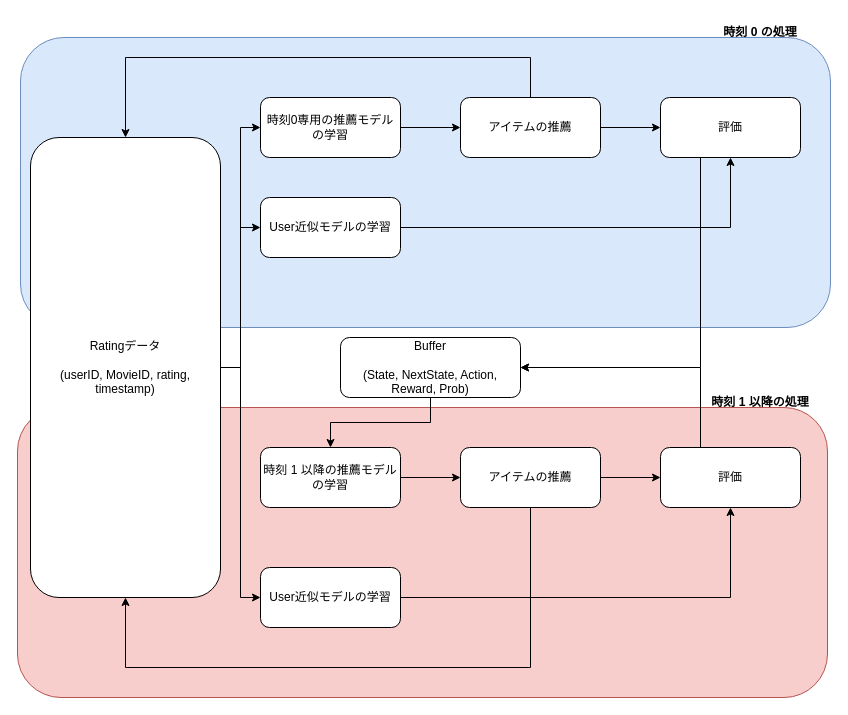
Above: docs/process.drawio in yuyaya-foifoi/RL-recommendation-simulator (draw.io), before the change. Source tidied: cells renumbered, new cells numbered last; positions are measured from the earlier drawing's top-left corner, leaving out a move shared by most shapes. Both pictures are drawn from the tidied source at 100%, with x=0, y=0 at pixel (17, 17).
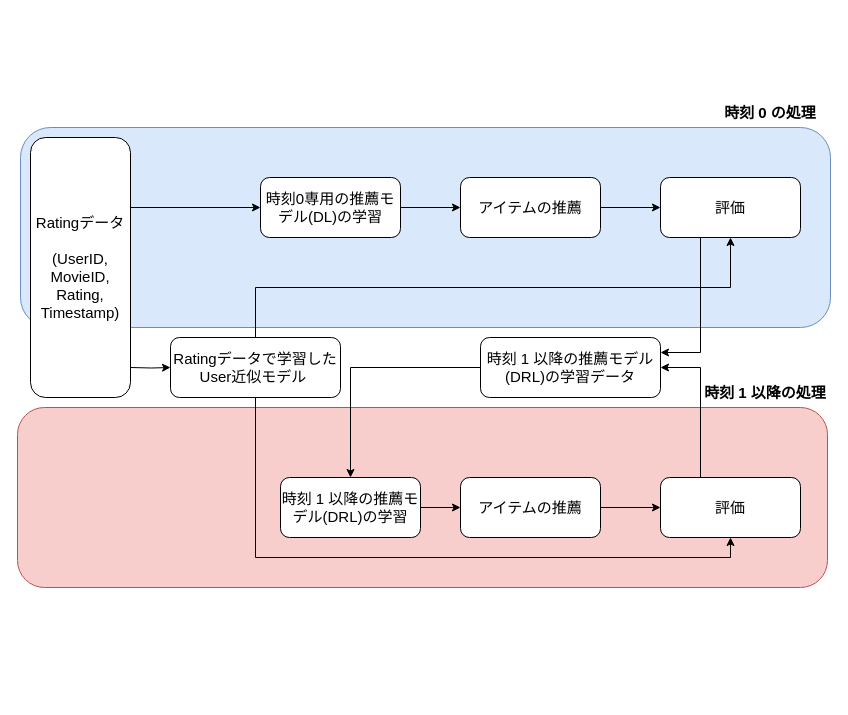
The same page after the edit.

The edit, as a diff of the source:
```diff
@@
-    <mxCell id="2" style="rounded=1;whiteSpace=wrap;html=1;fillColor=#f8cecc;strokeColor=#b85450;" parent="1" vertex="1">
-      <mxGeometry y="390" width="810" height="290" as="geometry" />
+    <mxCell id="2" style="rounded=1;whiteSpace=wrap;html=1;fillColor=#f8cecc;strokeColor=#b85450;fontSize=15;" parent="1" vertex="1">
+      <mxGeometry y="390" width="810" height="180" as="geometry" />
     </mxCell>
-    <mxCell id="3" style="rounded=1;whiteSpace=wrap;html=1;fillColor=#dae8fc;strokeColor=#6c8ebf;" parent="1" vertex="1">
-      <mxGeometry x="3" y="20" width="810" height="290" as="geometry" />
+    <mxCell id="3" style="rounded=1;whiteSpace=wrap;html=1;fillColor=#dae8fc;strokeColor=#6c8ebf;fontSize=15;" parent="1" vertex="1">
+      <mxGeometry x="3" y="110" width="810" height="200" as="geometry" />
     </mxCell>
+    <mxCell id="30" style="edgeStyle=orthogonalEdgeStyle;rounded=0;jettySize=auto;html=1;fontFamily=Helvetica;fontSize=15;" parent="1" edge="1" target="31">
+      <mxGeometry relative="1" as="geometry">
+        <mxPoint x="113" y="350" as="sourcePoint" />
+      </mxGeometry>
+    </mxCell>
-    <mxCell id="4" style="edgeStyle=orthogonalEdgeStyle;rounded=0;jettySize=auto;html=1;exitX=1;exitY=0.5;exitDx=0;exitDy=0;" parent="1" edge="1" source="7" target="9">
-      <mxGeometry relative="1" as="geometry" />
+    <mxCell id="4" style="edgeStyle=orthogonalEdgeStyle;rounded=0;jettySize=auto;html=1;exitX=1;exitY=0.25;exitDx=0;exitDy=0;entryX=0;entryY=0.5;entryDx=0;entryDy=0;fontFamily=Helvetica;fontSize=15;" parent="1" edge="1" source="7" target="9">
+      <mxGeometry relative="1" as="geometry">
+        <Array as="points">
+          <mxPoint x="113" y="190" />
+        </Array>
+      </mxGeometry>
     </mxCell>
-    <mxCell id="5" style="edgeStyle=orthogonalEdgeStyle;rounded=0;jettySize=auto;html=1;" parent="1" edge="1" source="7" target="11">
-      <mxGeometry relative="1" as="geometry" />
-    </mxCell>
-    <mxCell id="6" style="edgeStyle=orthogonalEdgeStyle;rounded=0;jettySize=auto;html=1;entryX=0;entryY=0.5;entryDx=0;entryDy=0;" parent="1" edge="1" source="7" target="22">
-      <mxGeometry relative="1" as="geometry" />
-    </mxCell>
-    <mxCell id="7" value="Ratingデータ&lt;br&gt;&lt;br&gt;(userID, MovieID, rating, timestamp)" style="rounded=1;whiteSpace=wrap;html=1;" parent="1" vertex="1">
-      <mxGeometry x="13" y="120" width="190" height="460" as="geometry" />
+    <mxCell id="7" value="&lt;font style=&quot;font-size: 15px;&quot;&gt;Ratingデータ&lt;br style=&quot;font-size: 15px;&quot;&gt;&lt;br style=&quot;font-size: 15px;&quot;&gt;(UserID, MovieID, Rating, Timestamp)&lt;/font&gt;" style="rounded=1;whiteSpace=wrap;html=1;fontSize=15;" parent="1" vertex="1">
+      <mxGeometry x="13" y="120" width="100" height="260" as="geometry" />
     </mxCell>
-    <mxCell id="8" style="edgeStyle=orthogonalEdgeStyle;rounded=0;jettySize=auto;html=1;" parent="1" edge="1" source="9" target="14">
+    <mxCell id="8" style="edgeStyle=orthogonalEdgeStyle;rounded=0;jettySize=auto;html=1;fontSize=15;" parent="1" edge="1" source="9" target="14">
       <mxGeometry relative="1" as="geometry" />
     </mxCell>
-    <mxCell id="9" value="時刻0専用の推薦モデルの学習" style="rounded=1;whiteSpace=wrap;html=1;" parent="1" vertex="1">
-      <mxGeometry x="243" y="80" width="140" height="60" as="geometry" />
+    <mxCell id="9" value="&lt;font style=&quot;font-size: 15px;&quot;&gt;時刻0専用の推薦モデル(DL)の学習&lt;/font&gt;" style="rounded=1;whiteSpace=wrap;html=1;fontSize=15;" parent="1" vertex="1">
+      <mxGeometry x="243" y="160" width="140" height="60" as="geometry" />
     </mxCell>
-    <mxCell id="10" style="edgeStyle=orthogonalEdgeStyle;rounded=0;jettySize=auto;html=1;exitX=1;exitY=0.5;exitDx=0;exitDy=0;" parent="1" edge="1" source="11" target="16">
+    <mxCell id="10" style="edgeStyle=orthogonalEdgeStyle;rounded=0;jettySize=auto;html=1;exitX=0.5;exitY=0;exitDx=0;exitDy=0;fontSize=15;" parent="1" edge="1" source="31" target="16">
       <mxGeometry relative="1" as="geometry" />
     </mxCell>
-    <mxCell id="11" value="User近似モデルの学習" style="rounded=1;whiteSpace=wrap;html=1;" parent="1" vertex="1">
-      <mxGeometry x="243" y="180" width="140" height="60" as="geometry" />
-    </mxCell>
-    <mxCell id="12" style="edgeStyle=orthogonalEdgeStyle;rounded=0;jettySize=auto;html=1;entryX=0.5;entryY=0;entryDx=0;entryDy=0;" parent="1" edge="1" source="14" target="7">
-      <mxGeometry relative="1" as="geometry">
-        <Array as="points">
-          <mxPoint x="513" y="40" />
-          <mxPoint x="108" y="40" />
-        </Array>
-      </mxGeometry>
-    </mxCell>
-    <mxCell id="13" style="edgeStyle=orthogonalEdgeStyle;rounded=0;jettySize=auto;html=1;exitX=1;exitY=0.5;exitDx=0;exitDy=0;" parent="1" edge="1" source="14" target="16">
+    <mxCell id="13" style="edgeStyle=orthogonalEdgeStyle;rounded=0;jettySize=auto;html=1;exitX=1;exitY=0.5;exitDx=0;exitDy=0;fontSize=15;" parent="1" edge="1" source="14" target="16">
       <mxGeometry relative="1" as="geometry" />
     </mxCell>
-    <mxCell id="14" value="アイテムの推薦" style="rounded=1;whiteSpace=wrap;html=1;" parent="1" vertex="1">
-      <mxGeometry x="443" y="80" width="140" height="60" as="geometry" />
+    <mxCell id="14" value="&lt;font style=&quot;font-size: 15px;&quot;&gt;アイテムの推薦&lt;/font&gt;" style="rounded=1;whiteSpace=wrap;html=1;fontSize=15;" parent="1" vertex="1">
+      <mxGeometry x="443" y="160" width="140" height="60" as="geometry" />
     </mxCell>
-    <mxCell id="15" style="edgeStyle=orthogonalEdgeStyle;rounded=0;jettySize=auto;html=1;exitX=0.25;exitY=1;exitDx=0;exitDy=0;entryX=1;entryY=0.5;entryDx=0;entryDy=0;" parent="1" edge="1" source="16" target="18">
+    <mxCell id="15" style="edgeStyle=orthogonalEdgeStyle;rounded=0;jettySize=auto;html=1;exitX=0.25;exitY=1;exitDx=0;exitDy=0;entryX=1;entryY=0.25;entryDx=0;entryDy=0;fontFamily=Helvetica;fontSize=15;" parent="1" edge="1" source="16" target="18">
       <mxGeometry relative="1" as="geometry">
         <Array as="points">
-          <mxPoint x="683" y="140" />
-          <mxPoint x="683" y="350" />
+          <mxPoint x="683" y="220" />
+          <mxPoint x="683" y="335" />
         </Array>
       </mxGeometry>
     </mxCell>
-    <mxCell id="16" value="評価" style="rounded=1;whiteSpace=wrap;html=1;" parent="1" vertex="1">
-      <mxGeometry x="643" y="80" width="140" height="60" as="geometry" />
+    <mxCell id="16" value="評価" style="rounded=1;whiteSpace=wrap;html=1;fontSize=15;" parent="1" vertex="1">
+      <mxGeometry x="643" y="160" width="140" height="60" as="geometry" />
     </mxCell>
-    <mxCell id="17" style="edgeStyle=orthogonalEdgeStyle;rounded=0;jettySize=auto;html=1;entryX=0.5;entryY=0;entryDx=0;entryDy=0;" parent="1" edge="1" source="18" target="20">
+    <mxCell id="17" style="edgeStyle=orthogonalEdgeStyle;rounded=0;jettySize=auto;html=1;entryX=0.5;entryY=0;entryDx=0;entryDy=0;fontSize=15;" parent="1" edge="1" source="18" target="20">
       <mxGeometry relative="1" as="geometry" />
     </mxCell>
-    <mxCell id="18" value="Buffer&lt;br&gt;&lt;br&gt;(State, NextState, Action, Reward, Prob)" style="rounded=1;whiteSpace=wrap;html=1;" parent="1" vertex="1">
-      <mxGeometry x="323" y="320" width="180" height="60" as="geometry" />
+    <mxCell id="18" value="&lt;font style=&quot;&quot;&gt;&lt;font style=&quot;font-size: 15px;&quot;&gt;時刻 1 以降の推薦モデル(DRL)の学習データ&lt;/font&gt;&lt;br&gt;&lt;/font&gt;" style="rounded=1;whiteSpace=wrap;html=1;fontSize=15;" parent="1" vertex="1">
+      <mxGeometry x="463" y="320" width="180" height="60" as="geometry" />
     </mxCell>
-    <mxCell id="19" style="edgeStyle=orthogonalEdgeStyle;rounded=0;jettySize=auto;html=1;entryX=0;entryY=0.5;entryDx=0;entryDy=0;" parent="1" edge="1" source="20" target="25">
+    <mxCell id="19" style="edgeStyle=orthogonalEdgeStyle;rounded=0;jettySize=auto;html=1;entryX=0;entryY=0.5;entryDx=0;entryDy=0;fontSize=15;" parent="1" edge="1" source="20" target="25">
       <mxGeometry relative="1" as="geometry" />
     </mxCell>
-    <mxCell id="20" value="時刻 1 以降の推薦モデルの学習" style="rounded=1;whiteSpace=wrap;html=1;" parent="1" vertex="1">
-      <mxGeometry x="243" y="430" width="140" height="60" as="geometry" />
+    <mxCell id="20" value="時刻 1 以降の推薦モデル(DRL)の学習" style="rounded=1;whiteSpace=wrap;html=1;fontSize=15;" parent="1" vertex="1">
+      <mxGeometry x="263" y="460" width="140" height="60" as="geometry" />
     </mxCell>
-    <mxCell id="21" style="edgeStyle=orthogonalEdgeStyle;rounded=0;jettySize=auto;html=1;exitX=1;exitY=0.5;exitDx=0;exitDy=0;entryX=0.5;entryY=1;entryDx=0;entryDy=0;" parent="1" edge="1" source="22" target="27">
-      <mxGeometry relative="1" as="geometry" />
+    <mxCell id="21" style="edgeStyle=orthogonalEdgeStyle;rounded=0;jettySize=auto;html=1;exitX=0.5;exitY=1;exitDx=0;exitDy=0;entryX=0.5;entryY=1;entryDx=0;entryDy=0;fontSize=15;" parent="1" edge="1" source="31" target="27">
+      <mxGeometry relative="1" as="geometry">
+        <Array as="points">
+          <mxPoint x="238" y="540" />
+          <mxPoint x="713" y="540" />
+        </Array>
+      </mxGeometry>
     </mxCell>
-    <mxCell id="22" value="User近似モデルの学習" style="rounded=1;whiteSpace=wrap;html=1;" parent="1" vertex="1">
-      <mxGeometry x="243" y="550" width="140" height="60" as="geometry" />
-    </mxCell>
-    <mxCell id="23" style="edgeStyle=orthogonalEdgeStyle;rounded=0;jettySize=auto;html=1;" parent="1" edge="1" source="25" target="27">
+    <mxCell id="23" style="edgeStyle=orthogonalEdgeStyle;rounded=0;jettySize=auto;html=1;fontSize=15;" parent="1" edge="1" source="25" target="27">
       <mxGeometry relative="1" as="geometry" />
     </mxCell>
-    <mxCell id="24" style="edgeStyle=orthogonalEdgeStyle;rounded=0;jettySize=auto;html=1;entryX=0.5;entryY=1;entryDx=0;entryDy=0;" parent="1" edge="1" source="25" target="7">
-      <mxGeometry relative="1" as="geometry">
-        <Array as="points">
-          <mxPoint x="513" y="650" />
-          <mxPoint x="108" y="650" />
-        </Array>
-      </mxGeometry>
-    </mxCell>
-    <mxCell id="25" value="アイテムの推薦" style="rounded=1;whiteSpace=wrap;html=1;" parent="1" vertex="1">
-      <mxGeometry x="443" y="430" width="140" height="60" as="geometry" />
+    <mxCell id="25" value="アイテムの推薦" style="rounded=1;whiteSpace=wrap;html=1;fontSize=15;" parent="1" vertex="1">
+      <mxGeometry x="443" y="460" width="140" height="60" as="geometry" />
     </mxCell>
-    <mxCell id="26" style="edgeStyle=orthogonalEdgeStyle;rounded=0;jettySize=auto;html=1;entryX=1;entryY=0.5;entryDx=0;entryDy=0;" parent="1" edge="1" source="27" target="18">
+    <mxCell id="26" style="edgeStyle=orthogonalEdgeStyle;rounded=0;jettySize=auto;html=1;entryX=1;entryY=0.5;entryDx=0;entryDy=0;fontSize=15;" parent="1" edge="1" source="27" target="18">
       <mxGeometry relative="1" as="geometry">
         <Array as="points">
           <mxPoint x="683" y="350" />
         </Array>
       </mxGeometry>
     </mxCell>
-    <mxCell id="27" value="評価" style="rounded=1;whiteSpace=wrap;html=1;" parent="1" vertex="1">
-      <mxGeometry x="643" y="430" width="140" height="60" as="geometry" />
+    <mxCell id="27" value="評価" style="rounded=1;whiteSpace=wrap;html=1;fontSize=15;" parent="1" vertex="1">
+      <mxGeometry x="643" y="460" width="140" height="60" as="geometry" />
     </mxCell>
-    <mxCell id="28" value="時刻 0 の処理" style="text;html=1;strokeColor=none;fillColor=none;align=center;verticalAlign=middle;whiteSpace=wrap;rounded=0;fontStyle=1;" parent="1" vertex="1">
-      <mxGeometry x="683" width="120" height="30" as="geometry" />
+    <mxCell id="28" value="時刻 0 の処理" style="text;html=1;strokeColor=none;fillColor=none;align=center;verticalAlign=middle;whiteSpace=wrap;rounded=0;fontStyle=1;fontSize=15;" parent="1" vertex="1">
+      <mxGeometry x="693" y="80" width="120" height="30" as="geometry" />
     </mxCell>
-    <mxCell id="29" value="時刻 1 以降の処理" style="text;html=1;strokeColor=none;fillColor=none;align=center;verticalAlign=middle;whiteSpace=wrap;rounded=0;fontStyle=1;" parent="1" vertex="1">
-      <mxGeometry x="683" y="370" width="120" height="30" as="geometry" />
+    <mxCell id="29" value="時刻 1 以降の処理" style="text;html=1;strokeColor=none;fillColor=none;align=center;verticalAlign=middle;whiteSpace=wrap;rounded=0;fontStyle=1;fontSize=15;" parent="1" vertex="1">
+      <mxGeometry x="683" y="360" width="130" height="30" as="geometry" />
     </mxCell>
+    <mxCell id="31" value="Ratingデータで学習したUser近似モデル&amp;nbsp;" style="rounded=1;whiteSpace=wrap;html=1;fontSize=15;" parent="1" vertex="1">
+      <mxGeometry x="153" y="320" width="170" height="60" as="geometry" />
+    </mxCell>
```
